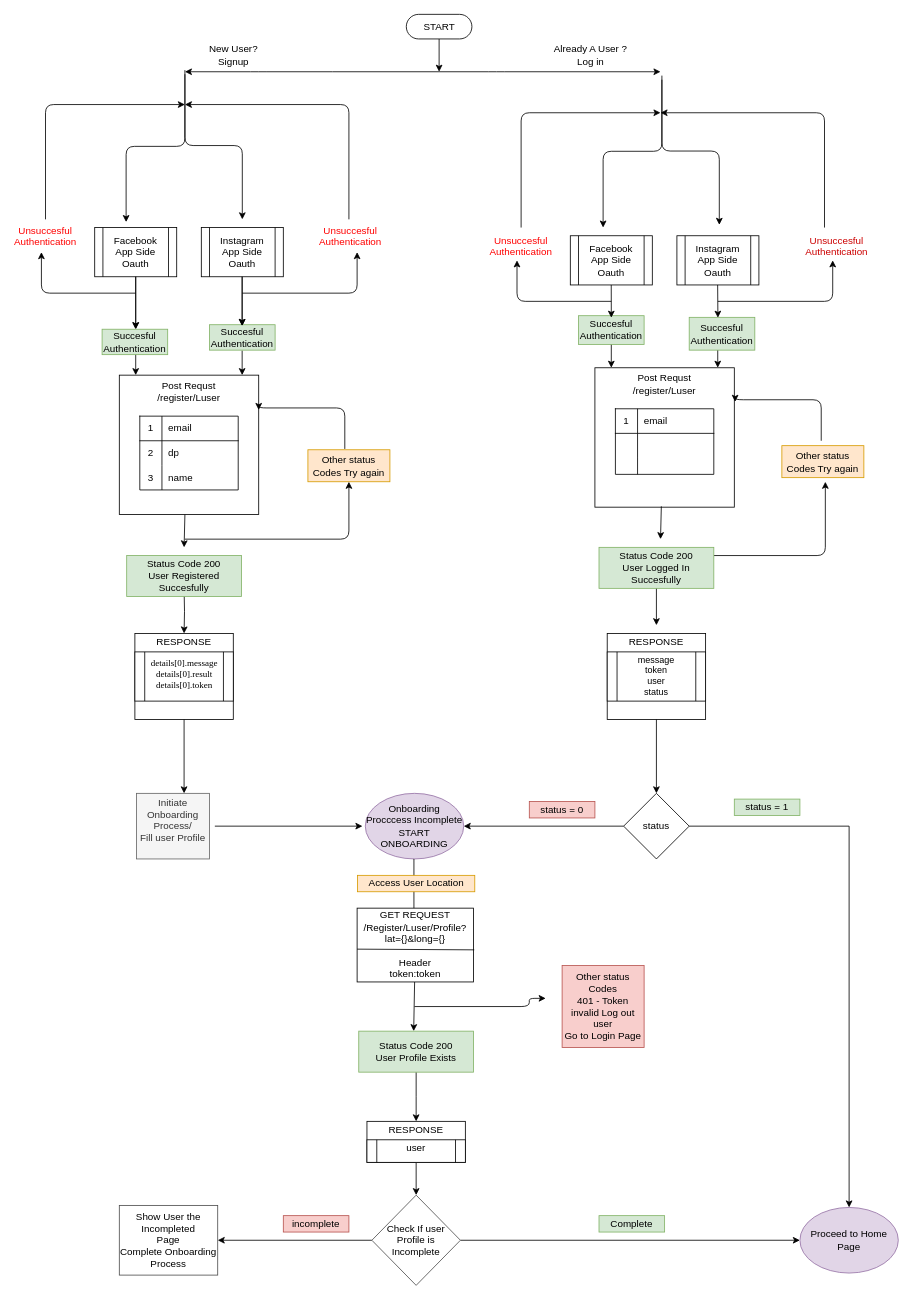
suvinay-pawa-au6/tutorial-github keeps this draw.io diagram as page "Page-1" (1 of 2) of Untitled Diagram.drawio. Above is the earlier version. Source tidied: cells renumbered, new cells numbered last; positions are measured from the earlier drawing's top-left corner, leaving out a move shared by most shapes. Both pictures are drawn from the tidied source at 82%, with x=0, y=0 at pixel (29, 14).
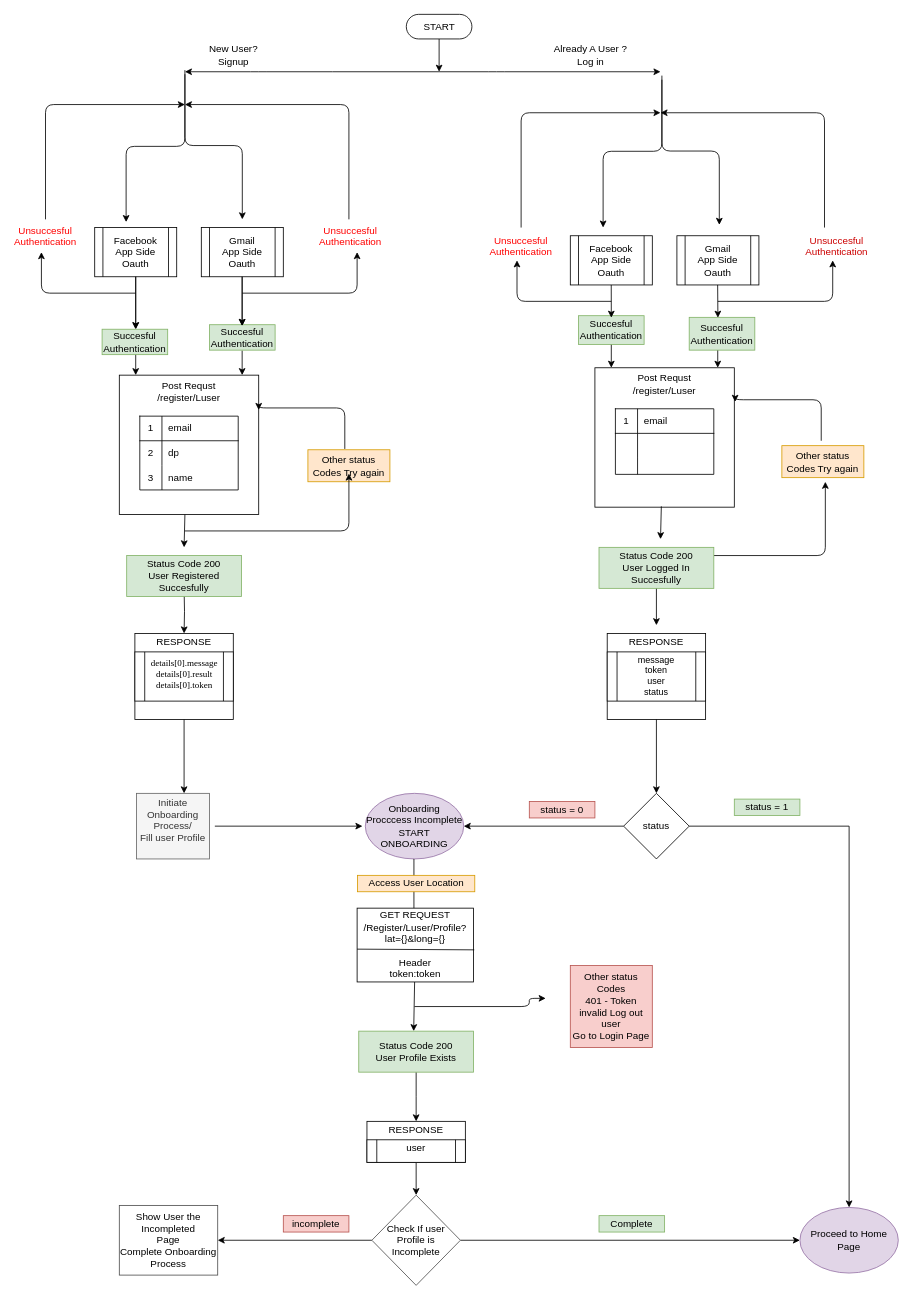
The same diagram, later.

The edit, as a diff of the source:
```diff
@@
-    <mxCell id="12" value="&lt;div&gt;Instagram&lt;/div&gt;&lt;div&gt;App Side &lt;br&gt;&lt;/div&gt;&lt;div&gt;Oauth&lt;br&gt;&lt;/div&gt;" style="shape=process;whiteSpace=wrap;html=1;backgroundOutline=1;" parent="1" vertex="1">
+    <mxCell id="12" value="&lt;div&gt;Gmail&lt;/div&gt;&lt;div&gt;App Side &lt;br&gt;&lt;/div&gt;&lt;div&gt;Oauth&lt;br&gt;&lt;/div&gt;" style="shape=process;whiteSpace=wrap;html=1;backgroundOutline=1;" parent="1" vertex="1">
       <mxGeometry x="210" y="260" width="100" height="60" as="geometry" />
     </mxCell>
@@
-    <mxCell id="32" value="&lt;div&gt;Instagram&lt;/div&gt;&lt;div&gt;App Side &lt;br&gt;&lt;/div&gt;&lt;div&gt;Oauth&lt;br&gt;&lt;/div&gt;" style="shape=process;whiteSpace=wrap;html=1;backgroundOutline=1;" parent="1" vertex="1">
+    <mxCell id="32" value="&lt;div&gt;Gmail&lt;/div&gt;&lt;div&gt;App Side &lt;br&gt;&lt;/div&gt;&lt;div&gt;Oauth&lt;br&gt;&lt;/div&gt;" style="shape=process;whiteSpace=wrap;html=1;backgroundOutline=1;" parent="1" vertex="1">
       <mxGeometry x="790" y="270" width="100" height="60" as="geometry" />
     </mxCell>
@@
     <mxCell id="46" style="edgeStyle=segmentEdgeStyle;endArrow=classic;html=1;" parent="1" edge="1">
       <mxGeometry relative="1" as="geometry">
-        <mxPoint x="190" y="640" as="sourcePoint" />
-        <mxPoint x="390" y="570" as="targetPoint" />
+        <mxPoint x="190" y="630" as="sourcePoint" />
+        <mxPoint x="390" y="560" as="targetPoint" />
         <Array as="points">
-          <mxPoint x="390" y="640" />
+          <mxPoint x="390" y="630" />
         </Array>
       </mxGeometry>
     </mxCell>
@@
     <mxCell id="97" value="&lt;div&gt;Other status Codes&lt;/div&gt;&lt;div&gt;401 - Token invalid Log out user &lt;br&gt;&lt;/div&gt;&lt;div&gt;Go to Login Page&lt;br&gt;&lt;/div&gt;" style="text;html=1;fillColor=#f8cecc;align=center;verticalAlign=middle;whiteSpace=wrap;rounded=0;strokeColor=#b85450;" parent="1" vertex="1">
-      <mxGeometry x="650" y="1160" width="100" height="100" as="geometry" />
+      <mxGeometry x="660" y="1160" width="100" height="100" as="geometry" />
     </mxCell>
```
